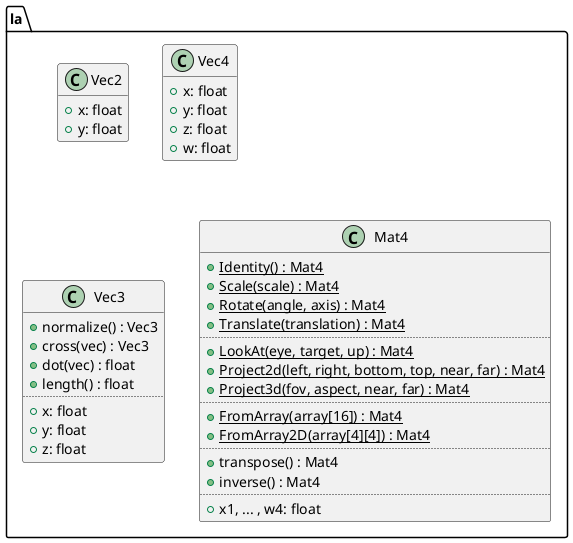
ba6er/marblemaze keeps this PlantUML diagram as design/la.png. Above is the earlier version.
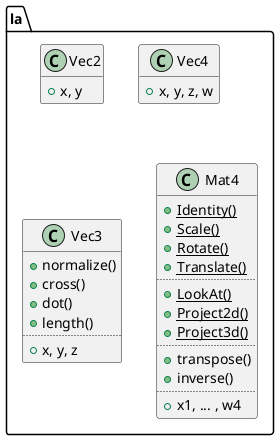
After the change.

Change to the diagram source:
```diff
@@ -2,47 +2,38 @@
 set separator ::
 
 class la::Vec2 {
-	+x: float
-	+y: float
+	+x, y
 }
 hide Vec2 methods
 
 class la::Vec4 {
-	+x: float
-	+y: float
-	+z: float
-	+w: float
+	+x, y, z, w
 }
 hide Vec4 methods
 
 class la::Vec3 {
-	+normalize() : Vec3
-	+cross(vec) : Vec3
-	+dot(vec) : float
-	+length() : float
+	+normalize()
+	+cross()
+	+dot()
+	+length()
 	..
-	+x: float
-	+y: float
-	+z: float
+	+x, y, z
 }
 
 class la::Mat4 {
-	{static} +Identity() : Mat4
-	{static} +Scale(scale) : Mat4
-	{static} +Rotate(angle, axis) : Mat4
-	{static} +Translate(translation) : Mat4
+	{static} +Identity()
+	{static} +Scale()
+	{static} +Rotate()
+	{static} +Translate()
 	..
-	{static} +LookAt(eye, target, up) : Mat4
-	{static} +Project2d(left, right, bottom, top, near, far) : Mat4
-	{static} +Project3d(fov, aspect, near, far) : Mat4
+	{static} +LookAt()
+	{static} +Project2d()
+	{static} +Project3d()
 	..
-	{static} +FromArray(array[16]) : Mat4
-	{static} +FromArray2D(array[4][4]) : Mat4
+	+transpose()
+	+inverse()
 	..
-	+transpose() : Mat4
-	+inverse() : Mat4
-	..
-	+x1, ... , w4: float
+	+x1, ... , w4
 }
 
 @enduml
```
